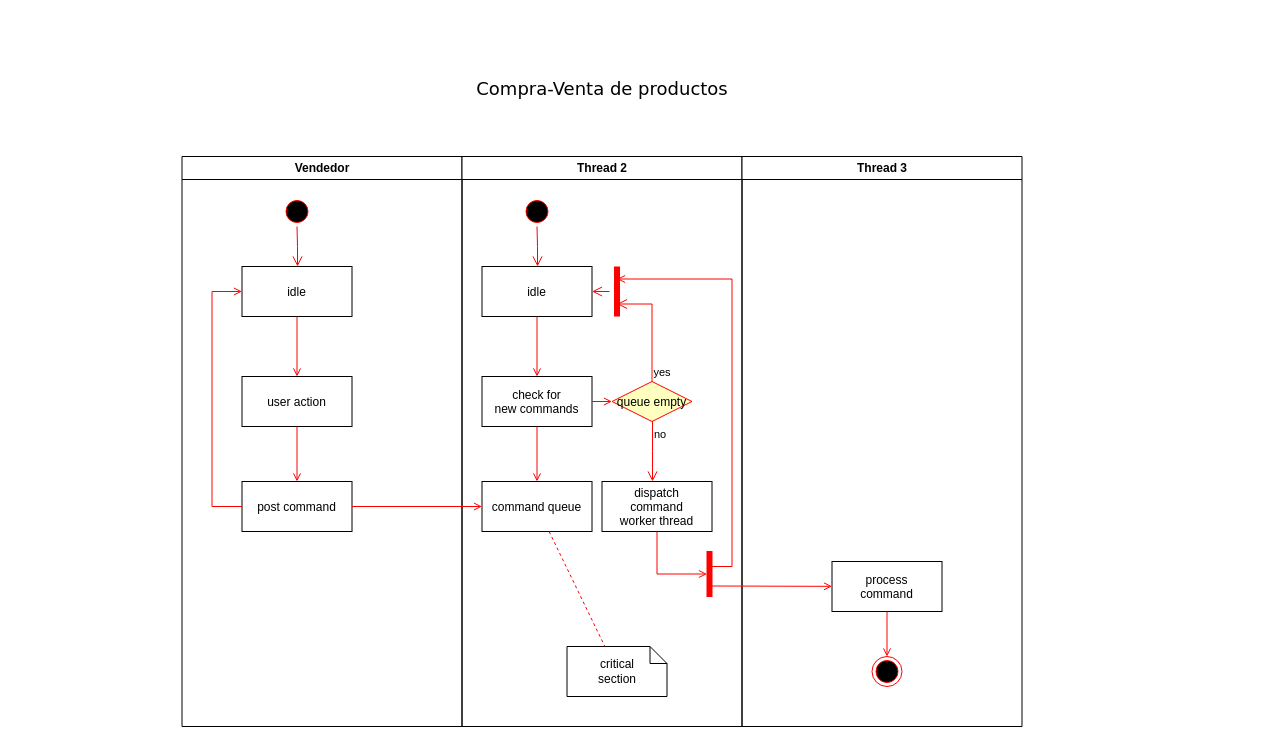
This is actividad.drawio from AyobAsroutVargas/lab1, a draw.io file, before an edit. Source tidied: cells renumbered, new cells numbered last; positions are measured from the earlier drawing's top-left corner, leaving out a move shared by most shapes. Both pictures are drawn from the tidied source at 100%, with x=0, y=0 at pixel (181, 78).
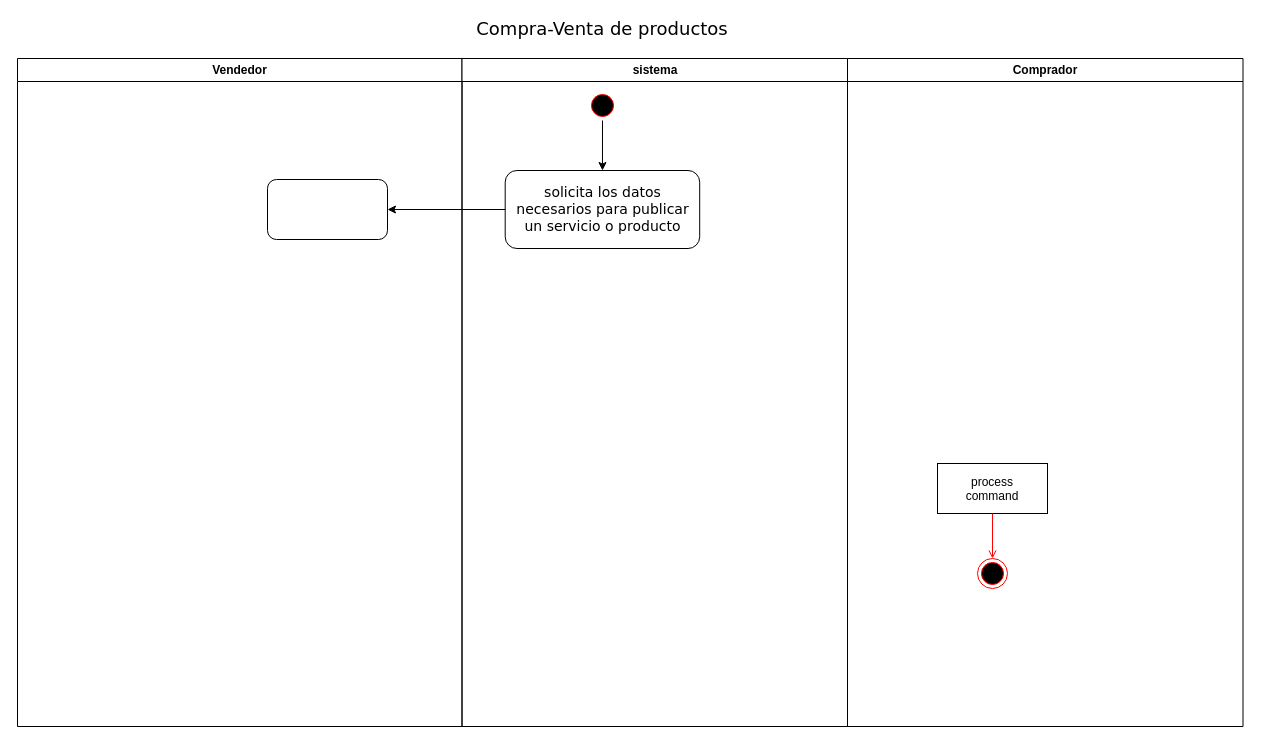
After the change.

The change refers to these unchanged cells:
```xml
<mxCell id="31" value="process&#10;command" parent="30" vertex="1">
  <mxGeometry x="90" y="405" width="110" height="50" as="geometry" />
</mxCell>
```

Change to the diagram source:
```diff
@@
     <mxCell id="2" value="Vendedor" style="swimlane;whiteSpace=wrap;" parent="1" vertex="1">
-      <mxGeometry x="0.5" y="78" width="280" height="570" as="geometry" />
+      <mxGeometry x="-164" y="-20" width="444.5" height="668" as="geometry" />
     </mxCell>
-    <mxCell id="3" style="ellipse;shape=startState;fillColor=#000000;strokeColor=#ff0000;" parent="2" vertex="1">
-      <mxGeometry x="100" y="40" width="30" height="30" as="geometry" />
-    </mxCell>
-    <mxCell id="4" style="edgeStyle=elbowEdgeStyle;elbow=horizontal;verticalAlign=bottom;endArrow=open;endSize=8;strokeColor=#FF0000;endFill=1;rounded=0;" parent="2" edge="1" source="3" target="5">
-      <mxGeometry x="100" y="40" as="geometry" />
-    </mxCell>
-    <mxCell id="5" value="idle" parent="2" vertex="1">
-      <mxGeometry x="60" y="110" width="110" height="50" as="geometry" />
-    </mxCell>
-    <mxCell id="6" value="user action" parent="2" vertex="1">
-      <mxGeometry x="60" y="220" width="110" height="50" as="geometry" />
-    </mxCell>
-    <mxCell id="7" style="endArrow=open;strokeColor=#FF0000;endFill=1;rounded=0;" parent="2" edge="1" source="5" target="6">
-      <mxGeometry relative="1" as="geometry" />
-    </mxCell>
-    <mxCell id="8" value="post command" parent="2" vertex="1">
-      <mxGeometry x="60" y="325" width="110" height="50" as="geometry" />
-    </mxCell>
-    <mxCell id="9" style="endArrow=open;strokeColor=#FF0000;endFill=1;rounded=0;" parent="2" edge="1" source="6" target="8">
-      <mxGeometry relative="1" as="geometry" />
-    </mxCell>
-    <mxCell id="10" style="edgeStyle=elbowEdgeStyle;elbow=horizontal;strokeColor=#FF0000;endArrow=open;endFill=1;rounded=0;" parent="2" edge="1" source="8" target="5">
-      <mxGeometry relative="1" as="geometry">
-        <Array as="points">
-          <mxPoint x="30" y="250" />
-        </Array>
-      </mxGeometry>
-    </mxCell>
+    <mxCell id="38" style="rounded=1;whiteSpace=wrap;html=1;" parent="2" vertex="1">
+      <mxGeometry x="250" y="121" width="120" height="60" as="geometry" />
+    </mxCell>
-    <mxCell id="11" value="Thread 2" style="swimlane;whiteSpace=wrap;" parent="1" vertex="1">
-      <mxGeometry x="280.5" y="78" width="280" height="570" as="geometry" />
+    <mxCell id="11" value="sistema" style="swimlane;whiteSpace=wrap;" parent="1" vertex="1">
+      <mxGeometry x="280.5" y="-20" width="385.5" height="668" as="geometry" />
     </mxCell>
     <mxCell id="12" style="ellipse;shape=startState;fillColor=#000000;strokeColor=#ff0000;" parent="11" vertex="1">
-      <mxGeometry x="60" y="40" width="30" height="30" as="geometry" />
+      <mxGeometry x="125.5" y="32" width="30" height="30" as="geometry" />
     </mxCell>
-    <mxCell id="13" style="edgeStyle=elbowEdgeStyle;elbow=horizontal;verticalAlign=bottom;endArrow=open;endSize=8;strokeColor=#FF0000;endFill=1;rounded=0;" parent="11" edge="1" source="12" target="14">
-      <mxGeometry x="40" y="20" as="geometry" />
-    </mxCell>
-    <mxCell id="14" value="idle" parent="11" vertex="1">
-      <mxGeometry x="20" y="110" width="110" height="50" as="geometry" />
-    </mxCell>
-    <mxCell id="15" value="check for &#10;new commands" parent="11" vertex="1">
-      <mxGeometry x="20" y="220" width="110" height="50" as="geometry" />
-    </mxCell>
-    <mxCell id="16" style="endArrow=open;strokeColor=#FF0000;endFill=1;rounded=0;" parent="11" edge="1" source="14" target="15">
-      <mxGeometry relative="1" as="geometry" />
-    </mxCell>
-    <mxCell id="17" value="command queue" parent="11" vertex="1">
-      <mxGeometry x="20" y="325" width="110" height="50" as="geometry" />
-    </mxCell>
-    <mxCell id="18" style="endArrow=open;strokeColor=#FF0000;endFill=1;rounded=0;" parent="11" edge="1" source="15" target="17">
-      <mxGeometry relative="1" as="geometry" />
-    </mxCell>
-    <mxCell id="19" value="queue empty" style="rhombus;fillColor=#ffffc0;strokeColor=#ff0000;" parent="11" vertex="1">
-      <mxGeometry x="150" y="225" width="80" height="40" as="geometry" />
-    </mxCell>
-    <mxCell id="20" value="yes" style="edgeStyle=elbowEdgeStyle;elbow=horizontal;align=left;verticalAlign=bottom;endArrow=open;endSize=8;strokeColor=#FF0000;exitX=0.5;exitY=0;endFill=1;rounded=0;entryX=0.75;entryY=0.5;entryPerimeter=0;" parent="11" edge="1" source="19" target="23">
-      <mxGeometry x="-1" relative="1" as="geometry">
-        <Array as="points">
-          <mxPoint x="190" y="180" />
-        </Array>
-      </mxGeometry>
-    </mxCell>
-    <mxCell id="21" value="no" style="edgeStyle=elbowEdgeStyle;elbow=horizontal;align=left;verticalAlign=top;endArrow=open;endSize=8;strokeColor=#FF0000;endFill=1;rounded=0;" parent="11" edge="1" source="19" target="25">
-      <mxGeometry x="-1" relative="1" as="geometry" />
-    </mxCell>
-    <mxCell id="22" style="endArrow=open;strokeColor=#FF0000;endFill=1;rounded=0;" parent="11" edge="1" source="15" target="19">
-      <mxGeometry relative="1" as="geometry" />
-    </mxCell>
-    <mxCell id="23" style="shape=line;strokeWidth=6;strokeColor=#ff0000;rotation=90;" parent="11" vertex="1">
-      <mxGeometry x="130" y="127.5" width="50" height="15" as="geometry" />
-    </mxCell>
-    <mxCell id="24" style="edgeStyle=elbowEdgeStyle;elbow=horizontal;verticalAlign=bottom;endArrow=open;endSize=8;strokeColor=#FF0000;endFill=1;rounded=0;" parent="11" edge="1" source="23" target="14">
-      <mxGeometry x="130" y="90" as="geometry" />
-    </mxCell>
-    <mxCell id="25" value="dispatch&#10;command&#10;worker thread" parent="11" vertex="1">
-      <mxGeometry x="140" y="325" width="110" height="50" as="geometry" />
-    </mxCell>
-    <mxCell id="26" value="critical&#10;section" style="shape=note;whiteSpace=wrap;size=17;" parent="11" vertex="1">
-      <mxGeometry x="105" y="490" width="100" height="50" as="geometry" />
-    </mxCell>
-    <mxCell id="27" style="endArrow=none;strokeColor=#FF0000;endFill=0;rounded=0;dashed=1;" parent="11" edge="1" source="17" target="26">
-      <mxGeometry relative="1" as="geometry" />
-    </mxCell>
-    <mxCell id="28" style="whiteSpace=wrap;strokeColor=#FF0000;fillColor=#FF0000;" parent="11" vertex="1">
-      <mxGeometry x="245" y="395" width="5" height="45" as="geometry" />
-    </mxCell>
-    <mxCell id="29" style="edgeStyle=elbowEdgeStyle;elbow=horizontal;entryX=0;entryY=0.5;strokeColor=#FF0000;endArrow=open;endFill=1;rounded=0;" parent="11" edge="1" source="25" target="28">
-      <mxGeometry relative="1" as="geometry">
-        <Array as="points">
-          <mxPoint x="195" y="400" />
-        </Array>
-      </mxGeometry>
-    </mxCell>
+    <mxCell id="39" value="&lt;font face=&quot;Verdana&quot;&gt;&lt;span style=&quot;font-size: 14px&quot;&gt;solicita los datos necesarios para publicar un servicio o producto&lt;/span&gt;&lt;/font&gt;" style="rounded=1;whiteSpace=wrap;html=1;" parent="11" vertex="1">
+      <mxGeometry x="43.2" y="112" width="194.5" height="78" as="geometry" />
+    </mxCell>
+    <mxCell id="40" style="endArrow=classic;html=1;exitX=0.5;exitY=1;exitDx=0;exitDy=0;" parent="11" edge="1" source="12" target="39">
+      <mxGeometry relative="1" as="geometry" />
+    </mxCell>
-    <mxCell id="30" value="Thread 3" style="swimlane;whiteSpace=wrap;" parent="1" vertex="1">
-      <mxGeometry x="560.5" y="78" width="280" height="570" as="geometry" />
+    <mxCell id="30" value="Comprador" style="swimlane;whiteSpace=wrap;" parent="1" vertex="1">
+      <mxGeometry x="666" y="-20" width="395.5" height="668" as="geometry" />
     </mxCell>
@@
-    <mxCell id="32" style="edgeStyle=elbowEdgeStyle;elbow=horizontal;strokeColor=#FF0000;endArrow=open;endFill=1;rounded=0;entryX=0.25;entryY=0.5;entryPerimeter=0;" parent="30" edge="1" target="23">
-      <mxGeometry relative="1" as="geometry">
-        <mxPoint x="-30" y="410" as="sourcePoint" />
-        <Array as="points">
-          <mxPoint x="-10" y="135" />
-        </Array>
-      </mxGeometry>
-    </mxCell>
-    <mxCell id="33" style="edgeStyle=none;strokeColor=#FF0000;endArrow=open;endFill=1;rounded=0;" parent="30" edge="1" target="31">
-      <mxGeometry relative="1" as="geometry">
-        <mxPoint x="-30" y="429.5" as="sourcePoint" />
-      </mxGeometry>
-    </mxCell>
@@
-    <mxCell id="36" style="endArrow=open;strokeColor=#FF0000;endFill=1;rounded=0;" parent="1" edge="1" source="8" target="17">
-      <mxGeometry relative="1" as="geometry" />
-    </mxCell>
     <mxCell id="37" value="&lt;font face=&quot;Verdana&quot; style=&quot;font-size: 18px&quot;&gt;Compra-Venta de productos&lt;/font&gt;" style="text;html=1;strokeColor=none;fillColor=none;align=center;verticalAlign=middle;whiteSpace=wrap;rounded=0;" parent="1" vertex="1">
-      <mxGeometry x="251" width="340" height="20" as="geometry" />
+      <mxGeometry x="251" y="-60" width="340" height="20" as="geometry" />
     </mxCell>
+    <mxCell id="41" style="endArrow=classic;html=1;exitX=0;exitY=0.5;exitDx=0;exitDy=0;" parent="1" edge="1" source="39">
+      <mxGeometry relative="1" as="geometry">
+        <mxPoint x="206" y="131" as="targetPoint" />
+      </mxGeometry>
+    </mxCell>
```
